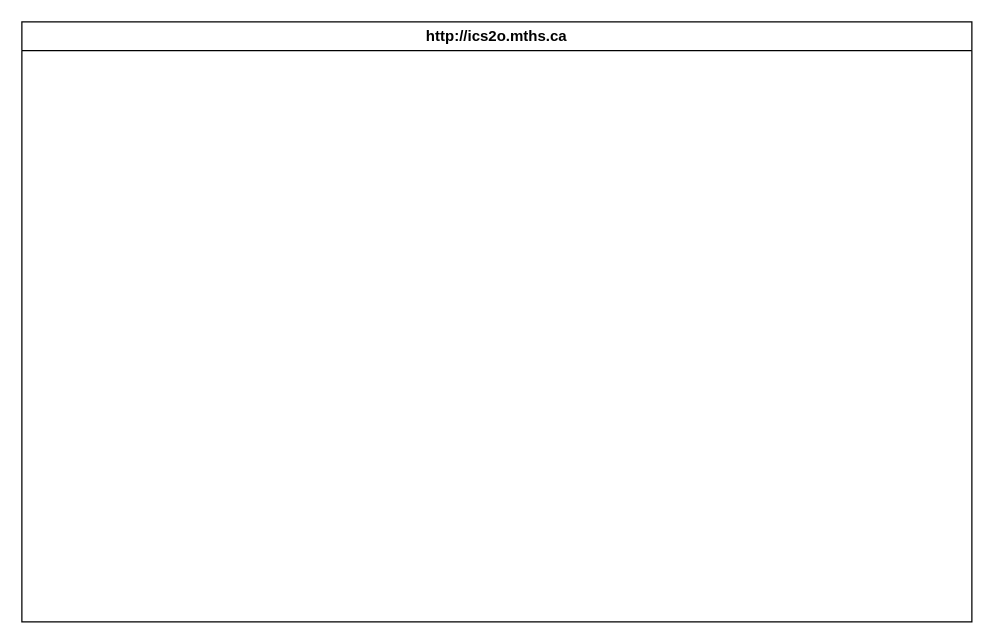
The draw.io diagram design/storyboard.drawio in MTHS-ICD2O-1-2023/ICD2O-Unit-5-01-dang-2nguyen, before the edit. Source tidied: cells renumbered, new cells numbered last; positions are measured from the earlier drawing's top-left corner, leaving out a move shared by most shapes. Both pictures are drawn from the tidied source at 125%, with x=0, y=0 at pixel (21, 21). Pictures stored in the file or linked from it are replaced by grey dashed boxes.
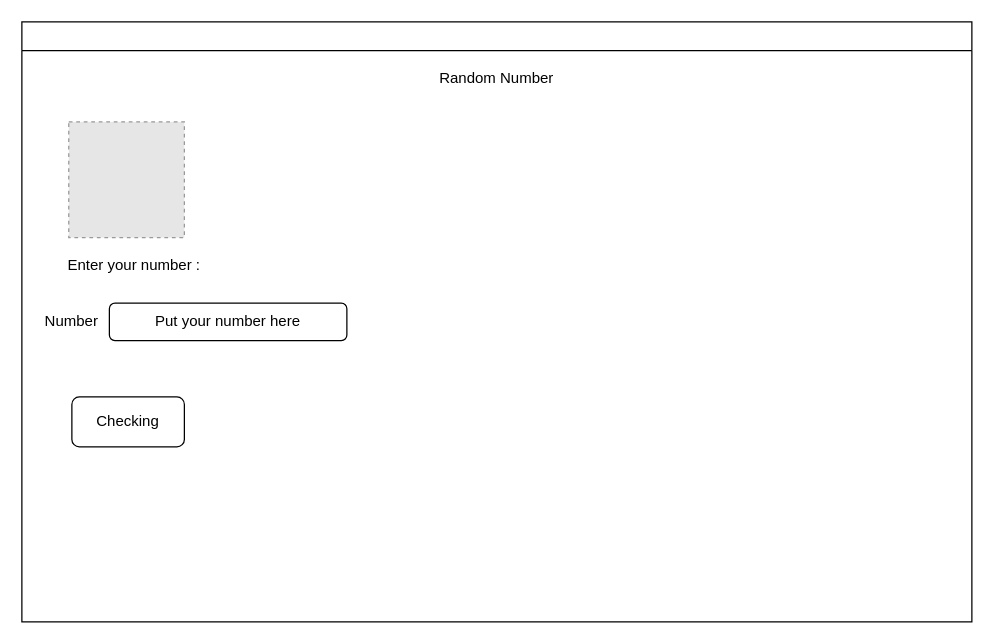
After the change.

Change to the diagram source:
```diff
@@
 <mxGraphModel>
   <root>
     <mxCell id="0" />
     <mxCell id="1" parent="0" />
-    <mxCell id="2" value="http://ics2o.mths.ca" style="swimlane;whiteSpace=wrap;html=1;" parent="1" vertex="1">
+    <mxCell id="2" style="swimlane;whiteSpace=wrap;html=1;" parent="1" vertex="1">
       <mxGeometry width="760" height="480" as="geometry" />
     </mxCell>
+    <mxCell id="3" value="Random Number" style="text;html=1;strokeColor=none;fillColor=none;align=center;verticalAlign=middle;whiteSpace=wrap;rounded=0;" parent="2" vertex="1">
+      <mxGeometry x="325" y="30" width="110" height="30" as="geometry" />
+    </mxCell>
+    <mxCell id="4" value="Enter your number :" style="text;html=1;strokeColor=none;fillColor=none;align=center;verticalAlign=middle;whiteSpace=wrap;rounded=0;" parent="2" vertex="1">
+      <mxGeometry x="20" y="180" width="140" height="30" as="geometry" />
+    </mxCell>
+    <mxCell id="5" value="Number" style="text;html=1;strokeColor=none;fillColor=none;align=center;verticalAlign=middle;whiteSpace=wrap;rounded=0;" parent="2" vertex="1">
+      <mxGeometry x="10" y="225" width="60" height="30" as="geometry" />
+    </mxCell>
+    <mxCell id="6" value="Put your number here" style="rounded=1;whiteSpace=wrap;html=1;" parent="2" vertex="1">
+      <mxGeometry x="70" y="225" width="190" height="30" as="geometry" />
+    </mxCell>
+    <mxCell id="7" value="Checking" style="rounded=1;whiteSpace=wrap;html=1;" parent="2" vertex="1">
+      <mxGeometry x="40" y="300" width="90" height="40" as="geometry" />
+    </mxCell>
+    <mxCell id="8" style="fillColor=#E6E6E6;strokeColor=#999999;dashed=1;verticalLabelPosition=bottom;verticalAlign=top;" parent="2" vertex="1">
+      <mxGeometry x="37.5" y="80" width="92.5" height="92.5" as="geometry" />
+    </mxCell>
   </root>
 </mxGraphModel>
```
